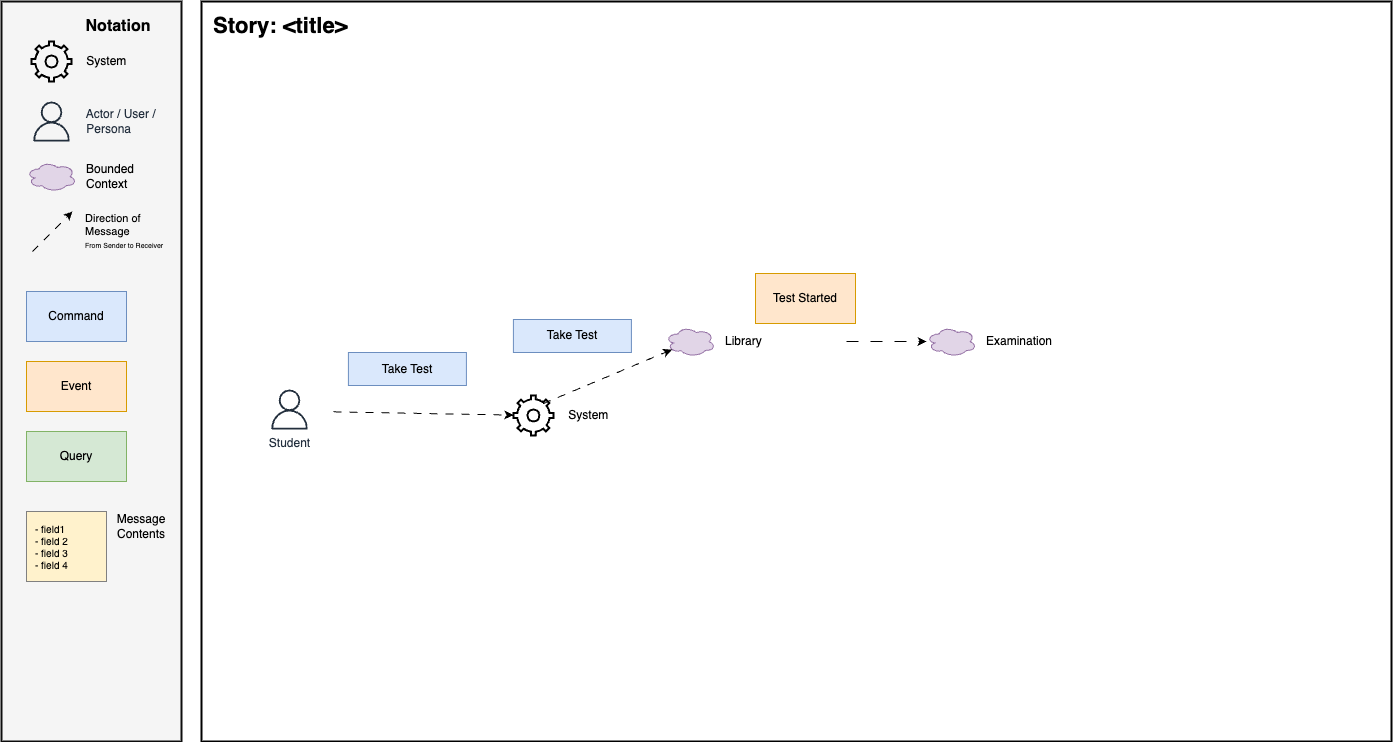
Earlier version of the draw.io export docs/docs/domain_modelling/_img/kata_domain_message_flows/student_start_test.drawio.png (cooperlutz/go-full). Source tidied: cells renumbered, new cells last; positions are measured from the earlier drawing's top-left corner, leaving out a move shared by most shapes.
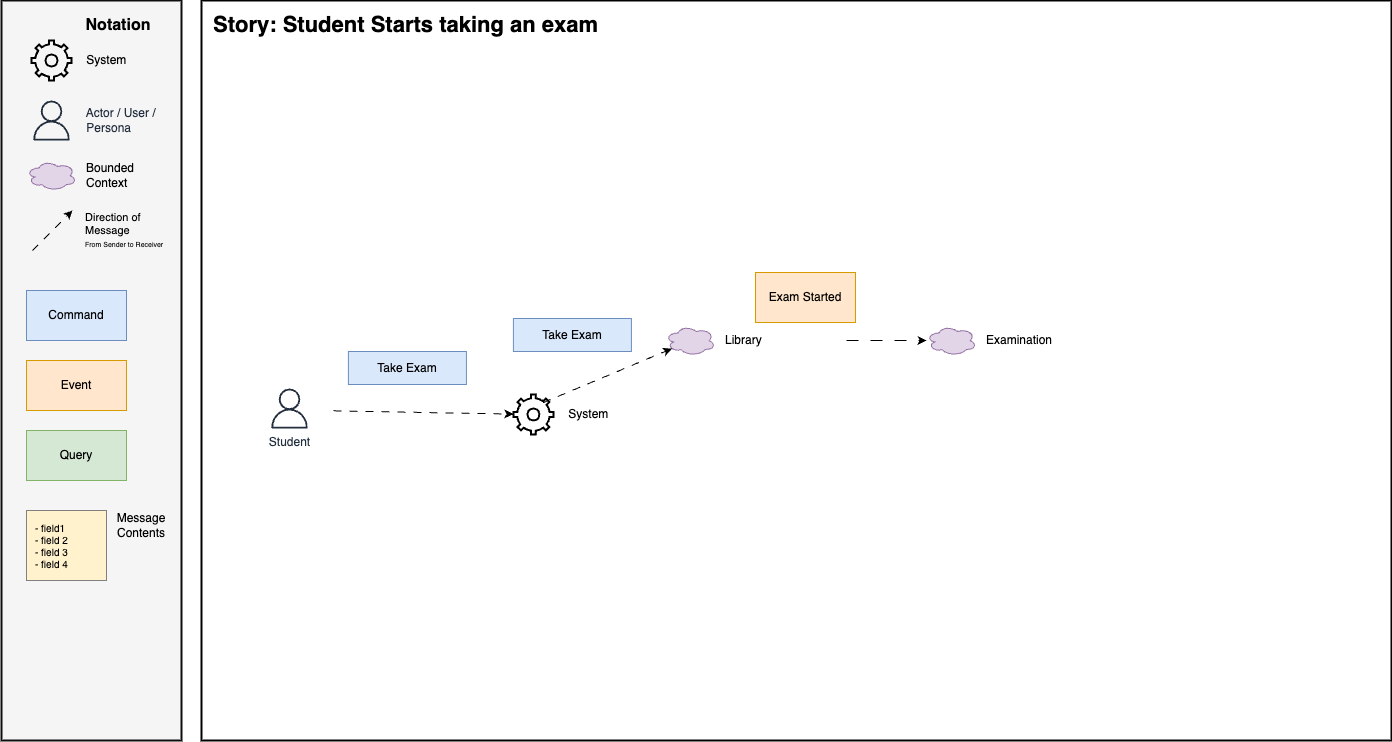
Above is the later version.

Change to the diagram source:
```diff
@@ -41,7 +41,7 @@
     <mxCell id="13" value="Message&lt;br&gt;Contents" style="text;html=1;strokeColor=none;fillColor=none;align=center;verticalAlign=middle;whiteSpace=wrap;rounded=0;" parent="1" vertex="1">
       <mxGeometry x="110" y="510" width="60" height="30" as="geometry" />
     </mxCell>
-    <mxCell id="14" value="Story: &amp;lt;title&amp;gt;" style="text;html=1;align=left;verticalAlign=middle;whiteSpace=wrap;rounded=0;fontSize=22;fontStyle=1;" parent="1" vertex="1">
+    <mxCell id="14" value="Story: Student Starts taking an exam" style="text;html=1;align=left;verticalAlign=middle;whiteSpace=wrap;rounded=0;fontSize=22;fontStyle=1;" parent="1" vertex="1">
       <mxGeometry x="210" y="10" width="1170" height="30" as="geometry" />
     </mxCell>
     <mxCell id="15" value="&amp;nbsp; &amp;nbsp; System" style="html=1;verticalLabelPosition=middle;align=left;labelBackgroundColor=none;verticalAlign=middle;strokeWidth=2;shadow=0;dashed=0;shape=mxgraph.ios7.icons.settings;labelPosition=right;fillColor=none;" parent="1" vertex="1">
@@ -53,7 +53,7 @@
         <mxPoint x="1" as="offset" />
       </mxGeometry>
     </mxCell>
-    <mxCell id="17" value="Take Test" style="rounded=0;whiteSpace=wrap;html=1;fillColor=#dae8fc;strokeColor=#6c8ebf;" parent="1" vertex="1">
+    <mxCell id="17" value="Take Exam" style="rounded=0;whiteSpace=wrap;html=1;fillColor=#dae8fc;strokeColor=#6c8ebf;" parent="1" vertex="1">
       <mxGeometry x="346.9" y="351" width="118" height="33" as="geometry" />
     </mxCell>
     <mxCell id="18" style="edgeStyle=none;html=1;dashed=1;dashPattern=12 12;" parent="1" edge="1" target="22">
@@ -69,13 +69,13 @@
         <mxPoint y="1" as="offset" />
       </mxGeometry>
     </mxCell>
-    <mxCell id="21" value="Take Test" style="rounded=0;whiteSpace=wrap;html=1;fillColor=#dae8fc;strokeColor=#6c8ebf;" parent="1" vertex="1">
+    <mxCell id="21" value="Take Exam" style="rounded=0;whiteSpace=wrap;html=1;fillColor=#dae8fc;strokeColor=#6c8ebf;" parent="1" vertex="1">
       <mxGeometry x="511.9" y="318" width="118" height="33" as="geometry" />
     </mxCell>
     <mxCell id="22" value="Examination" style="ellipse;shape=cloud;whiteSpace=wrap;html=1;align=left;fillColor=#e1d5e7;strokeColor=#9673a6;labelPosition=right;verticalLabelPosition=middle;verticalAlign=middle;spacingLeft=8;" parent="1" vertex="1">
       <mxGeometry x="925" y="325" width="50" height="30" as="geometry" />
     </mxCell>
-    <mxCell id="23" value="Test Started" style="rounded=0;whiteSpace=wrap;html=1;fillColor=#ffe6cc;strokeColor=#d79b00;" parent="1" vertex="1">
+    <mxCell id="23" value="Exam Started" style="rounded=0;whiteSpace=wrap;html=1;fillColor=#ffe6cc;strokeColor=#d79b00;" parent="1" vertex="1">
       <mxGeometry x="754" y="272" width="100" height="50" as="geometry" />
     </mxCell>
     <mxCell id="24" value="Student" style="sketch=0;fontColor=#232F3E;gradientColor=none;fillColor=#232F3D;strokeColor=none;dashed=0;verticalLabelPosition=bottom;verticalAlign=top;align=center;html=1;fontSize=12;fontStyle=0;shape=mxgraph.aws4.user;labelPosition=center;" parent="1" vertex="1">
```
